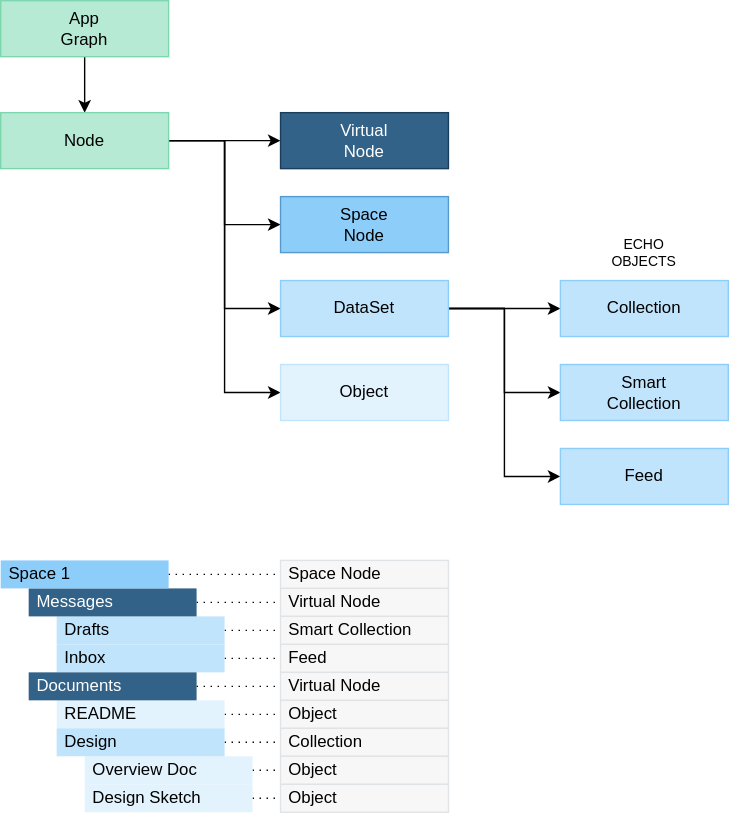
This is packages/sdk/app-framework/docs/app-graph.drawio.svg from dxos/dxos, a draw.io export, as it was before one commit. Source tidied: cells renumbered, new cells last; positions are measured from the earlier drawing's top-left corner, leaving out a move shared by most shapes. Source of this version:
```xml
<mxGraphModel>
  <root>
    <mxCell id="0" />
    <mxCell id="1" parent="0" />
    <mxCell id="2" style="edgeStyle=none;html=1;exitX=0.5;exitY=1;exitDx=0;exitDy=0;fillColor=#1E1F20;strokeColor=#000000;" parent="1" edge="1" source="3" target="8">
      <mxGeometry relative="1" as="geometry" />
    </mxCell>
    <mxCell id="3" value="App&lt;br&gt;Graph" style="rounded=0;whiteSpace=wrap;html=1;fillColor=#B6EAD5;fontColor=#000000;strokeColor=#7CD7AF;" parent="1" vertex="1">
      <mxGeometry width="120" height="40" as="geometry" />
    </mxCell>
    <mxCell id="4" style="edgeStyle=none;rounded=0;html=1;exitX=1;exitY=0.5;exitDx=0;exitDy=0;" parent="1" edge="1" source="8" target="9">
      <mxGeometry relative="1" as="geometry" />
    </mxCell>
    <mxCell id="5" style="edgeStyle=none;rounded=0;html=1;exitX=1;exitY=0.5;exitDx=0;exitDy=0;entryX=0;entryY=0.5;entryDx=0;entryDy=0;" parent="1" edge="1" source="8" target="13">
      <mxGeometry relative="1" as="geometry">
        <Array as="points">
          <mxPoint x="160" y="100" />
          <mxPoint x="160" y="220" />
        </Array>
      </mxGeometry>
    </mxCell>
    <mxCell id="6" style="edgeStyle=none;rounded=0;html=1;exitX=1;exitY=0.5;exitDx=0;exitDy=0;entryX=0;entryY=0.5;entryDx=0;entryDy=0;fontSize=12;" parent="1" edge="1" source="8" target="17">
      <mxGeometry relative="1" as="geometry">
        <Array as="points">
          <mxPoint x="160" y="100" />
          <mxPoint x="160" y="160" />
        </Array>
      </mxGeometry>
    </mxCell>
    <mxCell id="7" style="edgeStyle=none;rounded=0;html=1;exitX=1;exitY=0.5;exitDx=0;exitDy=0;entryX=0;entryY=0.5;entryDx=0;entryDy=0;fontSize=12;" parent="1" edge="1" source="8" target="19">
      <mxGeometry relative="1" as="geometry">
        <Array as="points">
          <mxPoint x="160" y="100" />
          <mxPoint x="160" y="280" />
        </Array>
      </mxGeometry>
    </mxCell>
    <mxCell id="8" value="Node" style="rounded=0;whiteSpace=wrap;html=1;fillColor=#B6EAD5;fontColor=#000000;strokeColor=#7CD7AF;" parent="1" vertex="1">
      <mxGeometry y="80" width="120" height="40" as="geometry" />
    </mxCell>
    <mxCell id="9" value="Virtual&lt;br&gt;Node" style="rounded=0;whiteSpace=wrap;html=1;fillColor=#326288;fontColor=#FFFFFF;strokeColor=#193D5A;" parent="1" vertex="1">
      <mxGeometry x="200" y="80" width="120" height="40" as="geometry" />
    </mxCell>
    <mxCell id="10" style="edgeStyle=none;html=1;exitX=1;exitY=0.5;exitDx=0;exitDy=0;" parent="1" edge="1" source="13" target="14">
      <mxGeometry relative="1" as="geometry" />
    </mxCell>
    <mxCell id="11" style="edgeStyle=none;html=1;exitX=1;exitY=0.5;exitDx=0;exitDy=0;entryX=0;entryY=0.5;entryDx=0;entryDy=0;rounded=0;" parent="1" edge="1" source="13" target="18">
      <mxGeometry relative="1" as="geometry">
        <Array as="points">
          <mxPoint x="360" y="220" />
          <mxPoint x="360" y="340" />
        </Array>
      </mxGeometry>
    </mxCell>
    <mxCell id="12" style="edgeStyle=none;rounded=0;html=1;exitX=1;exitY=0.5;exitDx=0;exitDy=0;entryX=0;entryY=0.5;entryDx=0;entryDy=0;fontSize=12;" parent="1" edge="1" source="13" target="15">
      <mxGeometry relative="1" as="geometry">
        <Array as="points">
          <mxPoint x="360" y="220" />
          <mxPoint x="360" y="280" />
        </Array>
      </mxGeometry>
    </mxCell>
    <mxCell id="13" value="DataSet" style="rounded=0;whiteSpace=wrap;html=1;fillColor=#C0E4FC;fontColor=#000000;strokeColor=#8DCDFA;" parent="1" vertex="1">
      <mxGeometry x="200" y="200" width="120" height="40" as="geometry" />
    </mxCell>
    <mxCell id="14" value="Collection" style="rounded=0;whiteSpace=wrap;html=1;fillColor=#C0E4FC;fontColor=#000000;strokeColor=#8DCDFA;" parent="1" vertex="1">
      <mxGeometry x="400" y="200" width="120" height="40" as="geometry" />
    </mxCell>
    <mxCell id="15" value="Smart&lt;br style=&quot;border-color: rgb(218, 220, 224);&quot;&gt;Collection" style="rounded=0;whiteSpace=wrap;html=1;fillColor=#C0E4FC;fontColor=#000000;strokeColor=#8DCDFA;" parent="1" vertex="1">
      <mxGeometry x="400" y="260" width="120" height="40" as="geometry" />
    </mxCell>
    <mxCell id="16" value="ECHO&lt;br style=&quot;font-size: 10px;&quot;&gt;OBJECTS" style="rounded=0;whiteSpace=wrap;html=1;strokeColor=none;fontSize=10;fillColor=none;" parent="1" vertex="1">
      <mxGeometry x="400" y="160" width="120" height="40" as="geometry" />
    </mxCell>
    <mxCell id="17" value="Space&lt;br&gt;Node" style="rounded=0;whiteSpace=wrap;html=1;fillColor=#8DCDFA;fontColor=#000000;strokeColor=#569ACD;" parent="1" vertex="1">
      <mxGeometry x="200" y="140" width="120" height="40" as="geometry" />
    </mxCell>
    <mxCell id="18" value="Feed" style="rounded=0;whiteSpace=wrap;html=1;fillColor=#C0E4FC;fontColor=#000000;strokeColor=#8DCDFA;" parent="1" vertex="1">
      <mxGeometry x="400" y="320" width="120" height="40" as="geometry" />
    </mxCell>
    <mxCell id="19" value="Object" style="rounded=0;whiteSpace=wrap;html=1;fillColor=#E3F3FE;fontColor=#000000;strokeColor=#C0E4FC;" parent="1" vertex="1">
      <mxGeometry x="200" y="260" width="120" height="40" as="geometry" />
    </mxCell>
    <mxCell id="20" style="edgeStyle=none;html=1;exitX=1;exitY=0.5;exitDx=0;exitDy=0;endArrow=none;endFill=0;dashed=1;dashPattern=1 4;" parent="1" edge="1" source="21" target="31">
      <mxGeometry relative="1" as="geometry" />
    </mxCell>
    <mxCell id="21" value="Overview Doc" style="rounded=0;whiteSpace=wrap;html=1;fontSize=12;fillColor=#E3F3FE;fontColor=#000000;strokeColor=none;align=left;spacingLeft=4;" parent="1" vertex="1">
      <mxGeometry x="60" y="540" width="120" height="20" as="geometry" />
    </mxCell>
    <mxCell id="22" style="edgeStyle=none;html=1;endArrow=none;endFill=0;dashed=1;dashPattern=1 4;" parent="1" edge="1" source="23" target="32">
      <mxGeometry relative="1" as="geometry" />
    </mxCell>
    <mxCell id="23" value="Design Sketch" style="rounded=0;whiteSpace=wrap;html=1;fontSize=12;fillColor=#E3F3FE;fontColor=#000000;strokeColor=none;align=left;spacingLeft=4;" parent="1" vertex="1">
      <mxGeometry x="60" y="560" width="120" height="20" as="geometry" />
    </mxCell>
    <mxCell id="24" value="Space Node" style="rounded=0;whiteSpace=wrap;html=1;fontSize=12;fillColor=#F7F7F7;fontColor=#000000;strokeColor=#E1E4E6;align=left;spacingLeft=4;" parent="1" vertex="1">
      <mxGeometry x="200" y="400" width="120" height="20" as="geometry" />
    </mxCell>
    <mxCell id="25" value="Virtual Node" style="rounded=0;whiteSpace=wrap;html=1;fontSize=12;fillColor=#F7F7F7;fontColor=#000000;strokeColor=#E1E4E6;align=left;spacingLeft=4;" parent="1" vertex="1">
      <mxGeometry x="200" y="420" width="120" height="20" as="geometry" />
    </mxCell>
    <mxCell id="26" value="Smart Collection" style="rounded=0;whiteSpace=wrap;html=1;fontSize=12;fillColor=#F7F7F7;fontColor=#000000;strokeColor=#E1E4E6;align=left;spacingLeft=4;" parent="1" vertex="1">
      <mxGeometry x="200" y="440" width="120" height="20" as="geometry" />
    </mxCell>
    <mxCell id="27" value="Feed" style="rounded=0;whiteSpace=wrap;html=1;fontSize=12;fillColor=#F7F7F7;fontColor=#000000;strokeColor=#E1E4E6;align=left;spacingLeft=4;" parent="1" vertex="1">
      <mxGeometry x="200" y="460" width="120" height="20" as="geometry" />
    </mxCell>
    <mxCell id="28" value="Virtual Node" style="rounded=0;whiteSpace=wrap;html=1;fontSize=12;fillColor=#F7F7F7;fontColor=#000000;strokeColor=#E1E4E6;align=left;spacingLeft=4;" parent="1" vertex="1">
      <mxGeometry x="200" y="480" width="120" height="20" as="geometry" />
    </mxCell>
    <mxCell id="29" value="Object" style="rounded=0;whiteSpace=wrap;html=1;fontSize=12;fillColor=#F7F7F7;fontColor=#000000;strokeColor=#E1E4E6;align=left;spacingLeft=4;" parent="1" vertex="1">
      <mxGeometry x="200" y="500" width="120" height="20" as="geometry" />
    </mxCell>
    <mxCell id="30" value="Collection" style="rounded=0;whiteSpace=wrap;html=1;fontSize=12;fillColor=#F7F7F7;fontColor=#000000;strokeColor=#E1E4E6;align=left;spacingLeft=4;" parent="1" vertex="1">
      <mxGeometry x="200" y="520" width="120" height="20" as="geometry" />
    </mxCell>
    <mxCell id="31" value="Object" style="rounded=0;whiteSpace=wrap;html=1;fontSize=12;fillColor=#F7F7F7;fontColor=#000000;strokeColor=#E1E4E6;align=left;spacingLeft=4;" parent="1" vertex="1">
      <mxGeometry x="200" y="540" width="120" height="20" as="geometry" />
    </mxCell>
    <mxCell id="32" value="Object" style="rounded=0;whiteSpace=wrap;html=1;fontSize=12;fillColor=#F7F7F7;fontColor=#000000;strokeColor=#E1E4E6;align=left;spacingLeft=4;" parent="1" vertex="1">
      <mxGeometry x="200" y="560" width="120" height="20" as="geometry" />
    </mxCell>
    <mxCell id="33" style="edgeStyle=none;html=1;exitX=1;exitY=0.5;exitDx=0;exitDy=0;endArrow=none;endFill=0;dashed=1;dashPattern=1 4;" parent="1" edge="1" source="34" target="26">
      <mxGeometry relative="1" as="geometry" />
    </mxCell>
    <mxCell id="34" value="Drafts" style="rounded=0;whiteSpace=wrap;html=1;fontSize=12;fillColor=#C0E4FC;fontColor=#000000;strokeColor=none;align=left;spacingLeft=4;" parent="1" vertex="1">
      <mxGeometry x="40" y="440" width="120" height="20" as="geometry" />
    </mxCell>
    <mxCell id="35" style="edgeStyle=none;html=1;endArrow=none;endFill=0;dashed=1;dashPattern=1 4;" parent="1" edge="1" source="36" target="27">
      <mxGeometry relative="1" as="geometry" />
    </mxCell>
    <mxCell id="36" value="Inbox" style="rounded=0;whiteSpace=wrap;html=1;fontSize=12;fillColor=#C0E4FC;fontColor=#000000;strokeColor=none;align=left;spacingLeft=4;" parent="1" vertex="1">
      <mxGeometry x="40" y="460" width="120" height="20" as="geometry" />
    </mxCell>
    <mxCell id="37" style="edgeStyle=none;html=1;exitX=1;exitY=0.5;exitDx=0;exitDy=0;endArrow=none;endFill=0;dashed=1;dashPattern=1 4;" parent="1" edge="1" source="38" target="29">
      <mxGeometry relative="1" as="geometry" />
    </mxCell>
    <mxCell id="38" value="README" style="rounded=0;whiteSpace=wrap;html=1;fontSize=12;fillColor=#E3F3FE;fontColor=#000000;strokeColor=none;align=left;spacingLeft=4;" parent="1" vertex="1">
      <mxGeometry x="40" y="500" width="120" height="20" as="geometry" />
    </mxCell>
    <mxCell id="39" style="edgeStyle=none;html=1;exitX=1;exitY=0.5;exitDx=0;exitDy=0;endArrow=none;endFill=0;dashed=1;dashPattern=1 4;" parent="1" edge="1" source="40" target="30">
      <mxGeometry relative="1" as="geometry" />
    </mxCell>
    <mxCell id="40" value="Design" style="rounded=0;whiteSpace=wrap;html=1;fontSize=12;fillColor=#C0E4FC;fontColor=#000000;strokeColor=none;align=left;spacingLeft=4;" parent="1" vertex="1">
      <mxGeometry x="40" y="520" width="120" height="20" as="geometry" />
    </mxCell>
    <mxCell id="41" style="edgeStyle=none;html=1;exitX=1;exitY=0.5;exitDx=0;exitDy=0;endArrow=none;endFill=0;dashed=1;dashPattern=1 4;" parent="1" edge="1" source="42" target="25">
      <mxGeometry relative="1" as="geometry" />
    </mxCell>
    <mxCell id="42" value="Messages" style="rounded=0;whiteSpace=wrap;html=1;fontSize=12;fillColor=#326288;fontColor=#FFFFFF;strokeColor=none;align=left;spacingLeft=4;" parent="1" vertex="1">
      <mxGeometry x="20" y="420" width="120" height="20" as="geometry" />
    </mxCell>
    <mxCell id="43" style="edgeStyle=none;html=1;exitX=1;exitY=0.5;exitDx=0;exitDy=0;endArrow=none;endFill=0;dashed=1;dashPattern=1 4;" parent="1" edge="1" source="44" target="28">
      <mxGeometry relative="1" as="geometry" />
    </mxCell>
    <mxCell id="44" value="Documents" style="rounded=0;whiteSpace=wrap;html=1;fontSize=12;fillColor=#326288;fontColor=#FFFFFF;strokeColor=none;align=left;spacingLeft=4;" parent="1" vertex="1">
      <mxGeometry x="20" y="480" width="120" height="20" as="geometry" />
    </mxCell>
    <mxCell id="45" style="edgeStyle=none;html=1;exitX=1;exitY=0.5;exitDx=0;exitDy=0;entryX=0;entryY=0.5;entryDx=0;entryDy=0;endArrow=none;endFill=0;dashed=1;dashPattern=1 4;" parent="1" edge="1" source="46" target="24">
      <mxGeometry relative="1" as="geometry" />
    </mxCell>
    <mxCell id="46" value="Space 1" style="rounded=0;whiteSpace=wrap;html=1;fontSize=12;fillColor=#8DCDFA;fontColor=#000000;strokeColor=none;align=left;spacingLeft=4;" parent="1" vertex="1">
      <mxGeometry y="400" width="120" height="20" as="geometry" />
    </mxCell>
  </root>
</mxGraphModel>
```
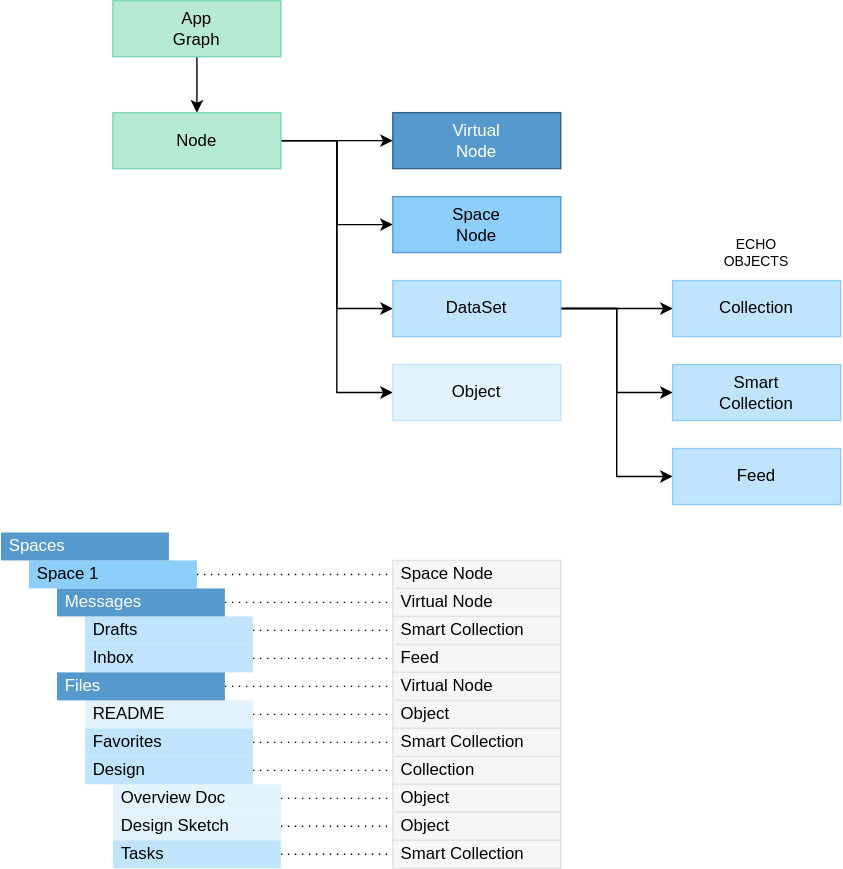
The same file after the commit.

Commit message:
docs: Adjust app-graph diagram layout and dimensions.

Diff of the diagram source:
```diff
@@ -38,7 +38,7 @@
     <mxCell id="8" value="Node" style="rounded=0;whiteSpace=wrap;html=1;fillColor=#B6EAD5;fontColor=#000000;strokeColor=#7CD7AF;" parent="1" vertex="1">
       <mxGeometry y="80" width="120" height="40" as="geometry" />
     </mxCell>
-    <mxCell id="9" value="Virtual&lt;br&gt;Node" style="rounded=0;whiteSpace=wrap;html=1;fillColor=#326288;fontColor=#FFFFFF;strokeColor=#193D5A;" parent="1" vertex="1">
+    <mxCell id="9" value="Virtual&lt;br&gt;Node" style="rounded=0;whiteSpace=wrap;html=1;fillColor=#569ACD;fontColor=#FFFFFF;strokeColor=#326288;" parent="1" vertex="1">
       <mxGeometry x="200" y="80" width="120" height="40" as="geometry" />
     </mxCell>
     <mxCell id="10" style="edgeStyle=none;html=1;exitX=1;exitY=0.5;exitDx=0;exitDy=0;" parent="1" edge="1" source="13" target="14">
@@ -85,13 +85,13 @@
       <mxGeometry relative="1" as="geometry" />
     </mxCell>
     <mxCell id="21" value="Overview Doc" style="rounded=0;whiteSpace=wrap;html=1;fontSize=12;fillColor=#E3F3FE;fontColor=#000000;strokeColor=none;align=left;spacingLeft=4;" parent="1" vertex="1">
-      <mxGeometry x="60" y="540" width="120" height="20" as="geometry" />
+      <mxGeometry y="560" width="120" height="20" as="geometry" />
     </mxCell>
     <mxCell id="22" style="edgeStyle=none;html=1;endArrow=none;endFill=0;dashed=1;dashPattern=1 4;" parent="1" edge="1" source="23" target="32">
       <mxGeometry relative="1" as="geometry" />
     </mxCell>
     <mxCell id="23" value="Design Sketch" style="rounded=0;whiteSpace=wrap;html=1;fontSize=12;fillColor=#E3F3FE;fontColor=#000000;strokeColor=none;align=left;spacingLeft=4;" parent="1" vertex="1">
-      <mxGeometry x="60" y="560" width="120" height="20" as="geometry" />
+      <mxGeometry y="580" width="120" height="20" as="geometry" />
     </mxCell>
     <mxCell id="24" value="Space Node" style="rounded=0;whiteSpace=wrap;html=1;fontSize=12;fillColor=#F7F7F7;fontColor=#000000;strokeColor=#E1E4E6;align=left;spacingLeft=4;" parent="1" vertex="1">
       <mxGeometry x="200" y="400" width="120" height="20" as="geometry" />
@@ -112,55 +112,76 @@
       <mxGeometry x="200" y="500" width="120" height="20" as="geometry" />
     </mxCell>
     <mxCell id="30" value="Collection" style="rounded=0;whiteSpace=wrap;html=1;fontSize=12;fillColor=#F7F7F7;fontColor=#000000;strokeColor=#E1E4E6;align=left;spacingLeft=4;" parent="1" vertex="1">
-      <mxGeometry x="200" y="520" width="120" height="20" as="geometry" />
+      <mxGeometry x="200" y="540" width="120" height="20" as="geometry" />
     </mxCell>
     <mxCell id="31" value="Object" style="rounded=0;whiteSpace=wrap;html=1;fontSize=12;fillColor=#F7F7F7;fontColor=#000000;strokeColor=#E1E4E6;align=left;spacingLeft=4;" parent="1" vertex="1">
-      <mxGeometry x="200" y="540" width="120" height="20" as="geometry" />
+      <mxGeometry x="200" y="560" width="120" height="20" as="geometry" />
     </mxCell>
     <mxCell id="32" value="Object" style="rounded=0;whiteSpace=wrap;html=1;fontSize=12;fillColor=#F7F7F7;fontColor=#000000;strokeColor=#E1E4E6;align=left;spacingLeft=4;" parent="1" vertex="1">
-      <mxGeometry x="200" y="560" width="120" height="20" as="geometry" />
+      <mxGeometry x="200" y="580" width="120" height="20" as="geometry" />
     </mxCell>
     <mxCell id="33" style="edgeStyle=none;html=1;exitX=1;exitY=0.5;exitDx=0;exitDy=0;endArrow=none;endFill=0;dashed=1;dashPattern=1 4;" parent="1" edge="1" source="34" target="26">
       <mxGeometry relative="1" as="geometry" />
     </mxCell>
     <mxCell id="34" value="Drafts" style="rounded=0;whiteSpace=wrap;html=1;fontSize=12;fillColor=#C0E4FC;fontColor=#000000;strokeColor=none;align=left;spacingLeft=4;" parent="1" vertex="1">
-      <mxGeometry x="40" y="440" width="120" height="20" as="geometry" />
+      <mxGeometry x="-20" y="440" width="120" height="20" as="geometry" />
     </mxCell>
     <mxCell id="35" style="edgeStyle=none;html=1;endArrow=none;endFill=0;dashed=1;dashPattern=1 4;" parent="1" edge="1" source="36" target="27">
       <mxGeometry relative="1" as="geometry" />
     </mxCell>
     <mxCell id="36" value="Inbox" style="rounded=0;whiteSpace=wrap;html=1;fontSize=12;fillColor=#C0E4FC;fontColor=#000000;strokeColor=none;align=left;spacingLeft=4;" parent="1" vertex="1">
-      <mxGeometry x="40" y="460" width="120" height="20" as="geometry" />
+      <mxGeometry x="-20" y="460" width="120" height="20" as="geometry" />
     </mxCell>
     <mxCell id="37" style="edgeStyle=none;html=1;exitX=1;exitY=0.5;exitDx=0;exitDy=0;endArrow=none;endFill=0;dashed=1;dashPattern=1 4;" parent="1" edge="1" source="38" target="29">
       <mxGeometry relative="1" as="geometry" />
     </mxCell>
     <mxCell id="38" value="README" style="rounded=0;whiteSpace=wrap;html=1;fontSize=12;fillColor=#E3F3FE;fontColor=#000000;strokeColor=none;align=left;spacingLeft=4;" parent="1" vertex="1">
-      <mxGeometry x="40" y="500" width="120" height="20" as="geometry" />
+      <mxGeometry x="-20" y="500" width="120" height="20" as="geometry" />
     </mxCell>
     <mxCell id="39" style="edgeStyle=none;html=1;exitX=1;exitY=0.5;exitDx=0;exitDy=0;endArrow=none;endFill=0;dashed=1;dashPattern=1 4;" parent="1" edge="1" source="40" target="30">
       <mxGeometry relative="1" as="geometry" />
     </mxCell>
     <mxCell id="40" value="Design" style="rounded=0;whiteSpace=wrap;html=1;fontSize=12;fillColor=#C0E4FC;fontColor=#000000;strokeColor=none;align=left;spacingLeft=4;" parent="1" vertex="1">
-      <mxGeometry x="40" y="520" width="120" height="20" as="geometry" />
+      <mxGeometry x="-20" y="540" width="120" height="20" as="geometry" />
     </mxCell>
     <mxCell id="41" style="edgeStyle=none;html=1;exitX=1;exitY=0.5;exitDx=0;exitDy=0;endArrow=none;endFill=0;dashed=1;dashPattern=1 4;" parent="1" edge="1" source="42" target="25">
       <mxGeometry relative="1" as="geometry" />
     </mxCell>
-    <mxCell id="42" value="Messages" style="rounded=0;whiteSpace=wrap;html=1;fontSize=12;fillColor=#326288;fontColor=#FFFFFF;strokeColor=none;align=left;spacingLeft=4;" parent="1" vertex="1">
-      <mxGeometry x="20" y="420" width="120" height="20" as="geometry" />
+    <mxCell id="42" value="Messages" style="rounded=0;whiteSpace=wrap;html=1;fontSize=12;fillColor=#569ACD;fontColor=#FFFFFF;strokeColor=none;align=left;spacingLeft=4;" parent="1" vertex="1">
+      <mxGeometry x="-40" y="420" width="120" height="20" as="geometry" />
     </mxCell>
     <mxCell id="43" style="edgeStyle=none;html=1;exitX=1;exitY=0.5;exitDx=0;exitDy=0;endArrow=none;endFill=0;dashed=1;dashPattern=1 4;" parent="1" edge="1" source="44" target="28">
       <mxGeometry relative="1" as="geometry" />
     </mxCell>
-    <mxCell id="44" value="Documents" style="rounded=0;whiteSpace=wrap;html=1;fontSize=12;fillColor=#326288;fontColor=#FFFFFF;strokeColor=none;align=left;spacingLeft=4;" parent="1" vertex="1">
-      <mxGeometry x="20" y="480" width="120" height="20" as="geometry" />
+    <mxCell id="44" value="Files" style="rounded=0;whiteSpace=wrap;html=1;fontSize=12;fillColor=#569ACD;fontColor=#FFFFFF;strokeColor=none;align=left;spacingLeft=4;" parent="1" vertex="1">
+      <mxGeometry x="-40" y="480" width="120" height="20" as="geometry" />
     </mxCell>
     <mxCell id="45" style="edgeStyle=none;html=1;exitX=1;exitY=0.5;exitDx=0;exitDy=0;entryX=0;entryY=0.5;entryDx=0;entryDy=0;endArrow=none;endFill=0;dashed=1;dashPattern=1 4;" parent="1" edge="1" source="46" target="24">
       <mxGeometry relative="1" as="geometry" />
     </mxCell>
     <mxCell id="46" value="Space 1" style="rounded=0;whiteSpace=wrap;html=1;fontSize=12;fillColor=#8DCDFA;fontColor=#000000;strokeColor=none;align=left;spacingLeft=4;" parent="1" vertex="1">
-      <mxGeometry y="400" width="120" height="20" as="geometry" />
+      <mxGeometry x="-60" y="400" width="120" height="20" as="geometry" />
     </mxCell>
+    <mxCell id="47" value="Spaces" style="rounded=0;whiteSpace=wrap;html=1;fontSize=12;fillColor=#569ACD;fontColor=#FFFFFF;strokeColor=none;align=left;spacingLeft=4;" parent="1" vertex="1">
+      <mxGeometry x="-80" y="380" width="120" height="20" as="geometry" />
+    </mxCell>
+    <mxCell id="48" style="edgeStyle=none;html=1;exitX=1;exitY=0.5;exitDx=0;exitDy=0;dashed=1;dashPattern=1 4;endArrow=none;endFill=0;" parent="1" edge="1" source="49" target="50">
+      <mxGeometry relative="1" as="geometry" />
+    </mxCell>
+    <mxCell id="49" value="Favorites" style="rounded=0;whiteSpace=wrap;html=1;fontSize=12;fillColor=#C0E4FC;fontColor=#000000;strokeColor=none;align=left;spacingLeft=4;" parent="1" vertex="1">
+      <mxGeometry x="-20" y="520" width="120" height="20" as="geometry" />
+    </mxCell>
+    <mxCell id="50" value="Smart Collection" style="rounded=0;whiteSpace=wrap;html=1;fontSize=12;fillColor=#F7F7F7;fontColor=#000000;strokeColor=#E1E4E6;align=left;spacingLeft=4;" parent="1" vertex="1">
+      <mxGeometry x="200" y="520" width="120" height="20" as="geometry" />
+    </mxCell>
+    <mxCell id="51" style="edgeStyle=none;html=1;exitX=1;exitY=0.5;exitDx=0;exitDy=0;dashed=1;dashPattern=1 4;endArrow=none;endFill=0;" parent="1" edge="1" source="52" target="53">
+      <mxGeometry relative="1" as="geometry" />
+    </mxCell>
+    <mxCell id="52" value="Tasks" style="rounded=0;whiteSpace=wrap;html=1;fontSize=12;fillColor=#C0E4FC;fontColor=#000000;strokeColor=none;align=left;spacingLeft=4;" parent="1" vertex="1">
+      <mxGeometry y="600" width="120" height="20" as="geometry" />
+    </mxCell>
+    <mxCell id="53" value="Smart Collection" style="rounded=0;whiteSpace=wrap;html=1;fontSize=12;fillColor=#F7F7F7;fontColor=#000000;strokeColor=#E1E4E6;align=left;spacingLeft=4;" parent="1" vertex="1">
+      <mxGeometry x="200" y="600" width="120" height="20" as="geometry" />
+    </mxCell>
   </root>
 </mxGraphModel>
```
